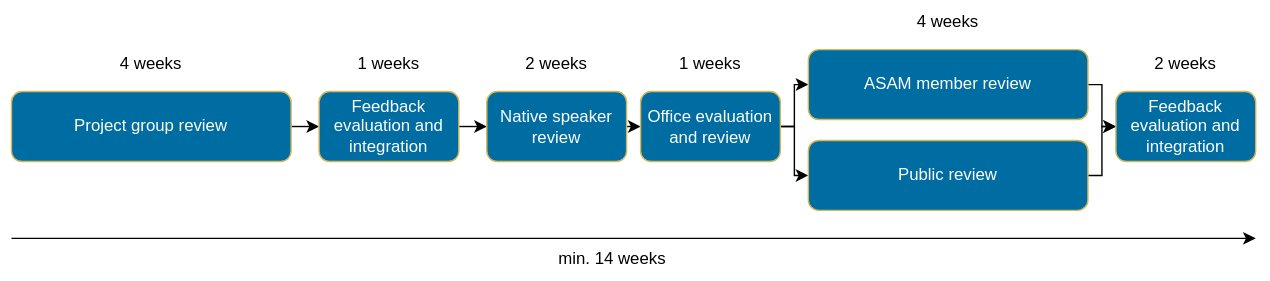
This is content/modules/compendium/assets/images/asam/review_phase_timeline.drawio.svg from asam-ev/asam-project-guide-content, a draw.io export, as it was before one commit. Source tidied: cells renumbered, new cells last; positions are measured from the earlier drawing's top-left corner, leaving out a move shared by most shapes.
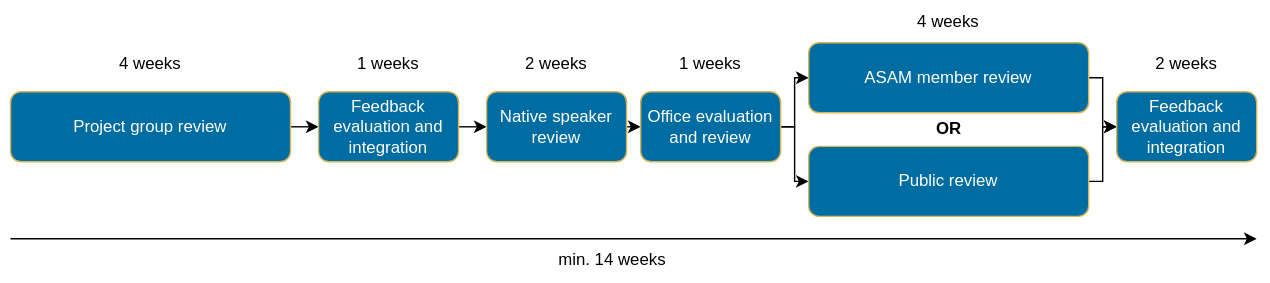
The same diagram one commit later.

What changed in the source:
```diff
@@ -45,13 +45,13 @@
       <mxGeometry relative="1" as="geometry" />
     </mxCell>
     <mxCell id="15" value="&lt;div class=&quot;O0&quot;&gt;&lt;div class=&quot;O0&quot;&gt;&lt;div style=&quot;language:en-US;margin-top:0pt;margin-bottom:0pt;&lt;br/&gt;margin-left:.38in;text-indent:-.38in&quot; class=&quot;O0&quot;&gt;ASAM member review&lt;/div&gt;&lt;/div&gt;&lt;/div&gt;" style="rounded=1;whiteSpace=wrap;html=1;fillColor=#006da2;strokeColor=#d6b656;fontColor=#FFFFFF;" parent="1" vertex="1">
-      <mxGeometry x="570" y="35" width="200" height="50" as="geometry" />
+      <mxGeometry x="570" y="30" width="200" height="50" as="geometry" />
     </mxCell>
     <mxCell id="16" style="edgeStyle=orthogonalEdgeStyle;rounded=0;html=1;entryX=0;entryY=0.5;entryDx=0;entryDy=0;" parent="1" edge="1" source="17" target="18">
       <mxGeometry relative="1" as="geometry" />
     </mxCell>
     <mxCell id="17" value="&lt;div class=&quot;O0&quot;&gt;&lt;div class=&quot;O0&quot;&gt;&lt;div class=&quot;O0&quot;&gt;Public review&lt;/div&gt;&lt;/div&gt;&lt;/div&gt;" style="rounded=1;whiteSpace=wrap;html=1;fillColor=#006da2;strokeColor=#d6b656;fontColor=#FFFFFF;" parent="1" vertex="1">
-      <mxGeometry x="570" y="100" width="200" height="50" as="geometry" />
+      <mxGeometry x="570" y="104" width="200" height="50" as="geometry" />
     </mxCell>
     <mxCell id="18" value="&lt;div style=&quot;language:en-US;margin-top:0pt;margin-bottom:0pt;&lt;br/&gt;margin-left:.38in;text-indent:-.38in&quot; class=&quot;O0&quot;&gt;Feedback evaluation and integration&lt;/div&gt;" style="rounded=1;whiteSpace=wrap;html=1;fillColor=#006da2;strokeColor=#d6b656;fontColor=#FFFFFF;" parent="1" vertex="1">
       <mxGeometry x="790" y="65" width="100" height="50" as="geometry" />
@@ -71,5 +71,8 @@
     <mxCell id="23" value="min. 14 weeks" style="text;html=1;strokeColor=none;fillColor=none;align=center;verticalAlign=middle;whiteSpace=wrap;rounded=0;fontColor=#000000;" parent="1" vertex="1">
       <mxGeometry x="380" y="170" width="100" height="30" as="geometry" />
     </mxCell>
+    <mxCell id="24" value="OR" style="text;html=1;align=center;verticalAlign=middle;strokeColor=none;fillColor=none;fontStyle=1;" parent="1" vertex="1">
+      <mxGeometry x="650" y="77" width="40" height="30" as="geometry" />
+    </mxCell>
   </root>
 </mxGraphModel>
```
